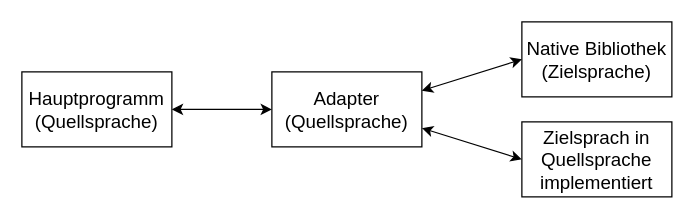
Before: praesentation/diagrams/Untitled Diagram.drawio in FluidTrust/Palladio-Supporting-Prolog4J, a draw.io diagram. Source tidied: cells renumbered, new cells numbered last; positions are measured from the earlier drawing's top-left corner, leaving out a move shared by most shapes. Both pictures are drawn from the tidied source at 125%, with x=0, y=0 at pixel (21, 21).
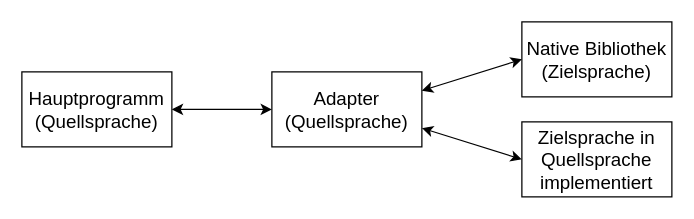
The same page after the edit.

What changed in the source:
```diff
@@
 <mxGraphModel>
   <root>
     <mxCell id="0" />
     <mxCell id="1" parent="0" />
     <mxCell id="2" value="&lt;font style=&quot;font-size: 15px&quot;&gt;Adapter (Quellsprache)&lt;/font&gt;" style="rounded=0;whiteSpace=wrap;html=1;" parent="1" vertex="1">
       <mxGeometry x="200" y="40" width="120" height="60" as="geometry" />
     </mxCell>
     <mxCell id="3" value="&lt;div style=&quot;font-size: 15px&quot;&gt;&lt;font style=&quot;font-size: 15px&quot;&gt;Native Bibliothek&lt;/font&gt;&lt;/div&gt;&lt;div style=&quot;font-size: 15px&quot;&gt;&lt;font style=&quot;font-size: 15px&quot;&gt;(Zielsprache)&lt;br&gt;&lt;/font&gt;&lt;/div&gt;" style="rounded=0;whiteSpace=wrap;html=1;" parent="1" vertex="1">
       <mxGeometry x="400" width="120" height="60" as="geometry" />
     </mxCell>
-    <mxCell id="4" value="&lt;font style=&quot;font-size: 15px&quot;&gt;Zielsprach in Quellsprache implementiert&lt;/font&gt;" style="rounded=0;whiteSpace=wrap;html=1;" parent="1" vertex="1">
+    <mxCell id="4" value="&lt;font style=&quot;font-size: 15px&quot;&gt;Zielsprache in Quellsprache implementiert&lt;/font&gt;" style="rounded=0;whiteSpace=wrap;html=1;" parent="1" vertex="1">
       <mxGeometry x="400" y="80" width="120" height="60" as="geometry" />
     </mxCell>
     <mxCell id="5" style="endArrow=classic;startArrow=classic;html=1;exitX=1;exitY=0.25;exitDx=0;exitDy=0;entryX=0;entryY=0.5;entryDx=0;entryDy=0;" parent="1" edge="1" source="2" target="3">
       <mxGeometry relative="1" as="geometry" />
     </mxCell>
     <mxCell id="6" style="endArrow=classic;startArrow=classic;html=1;entryX=0;entryY=0.5;entryDx=0;entryDy=0;exitX=1;exitY=0.75;exitDx=0;exitDy=0;" parent="1" edge="1" source="2" target="4">
       <mxGeometry relative="1" as="geometry" />
     </mxCell>
     <mxCell id="7" value="&lt;div style=&quot;font-size: 15px&quot;&gt;&lt;font style=&quot;font-size: 15px&quot;&gt;Hauptprogramm&lt;/font&gt;&lt;/div&gt;&lt;div style=&quot;font-size: 15px&quot;&gt;&lt;font style=&quot;font-size: 15px&quot;&gt;(Quellsprache)&lt;/font&gt;&lt;font style=&quot;font-size: 15px&quot;&gt;&lt;br&gt;&lt;/font&gt;&lt;/div&gt;" style="rounded=0;whiteSpace=wrap;html=1;" parent="1" vertex="1">
       <mxGeometry y="40" width="120" height="60" as="geometry" />
     </mxCell>
     <mxCell id="8" style="endArrow=classic;startArrow=classic;html=1;entryX=0;entryY=0.5;entryDx=0;entryDy=0;exitX=1;exitY=0.5;exitDx=0;exitDy=0;" parent="1" edge="1" source="7" target="2">
       <mxGeometry relative="1" as="geometry" />
     </mxCell>
   </root>
 </mxGraphModel>
```
